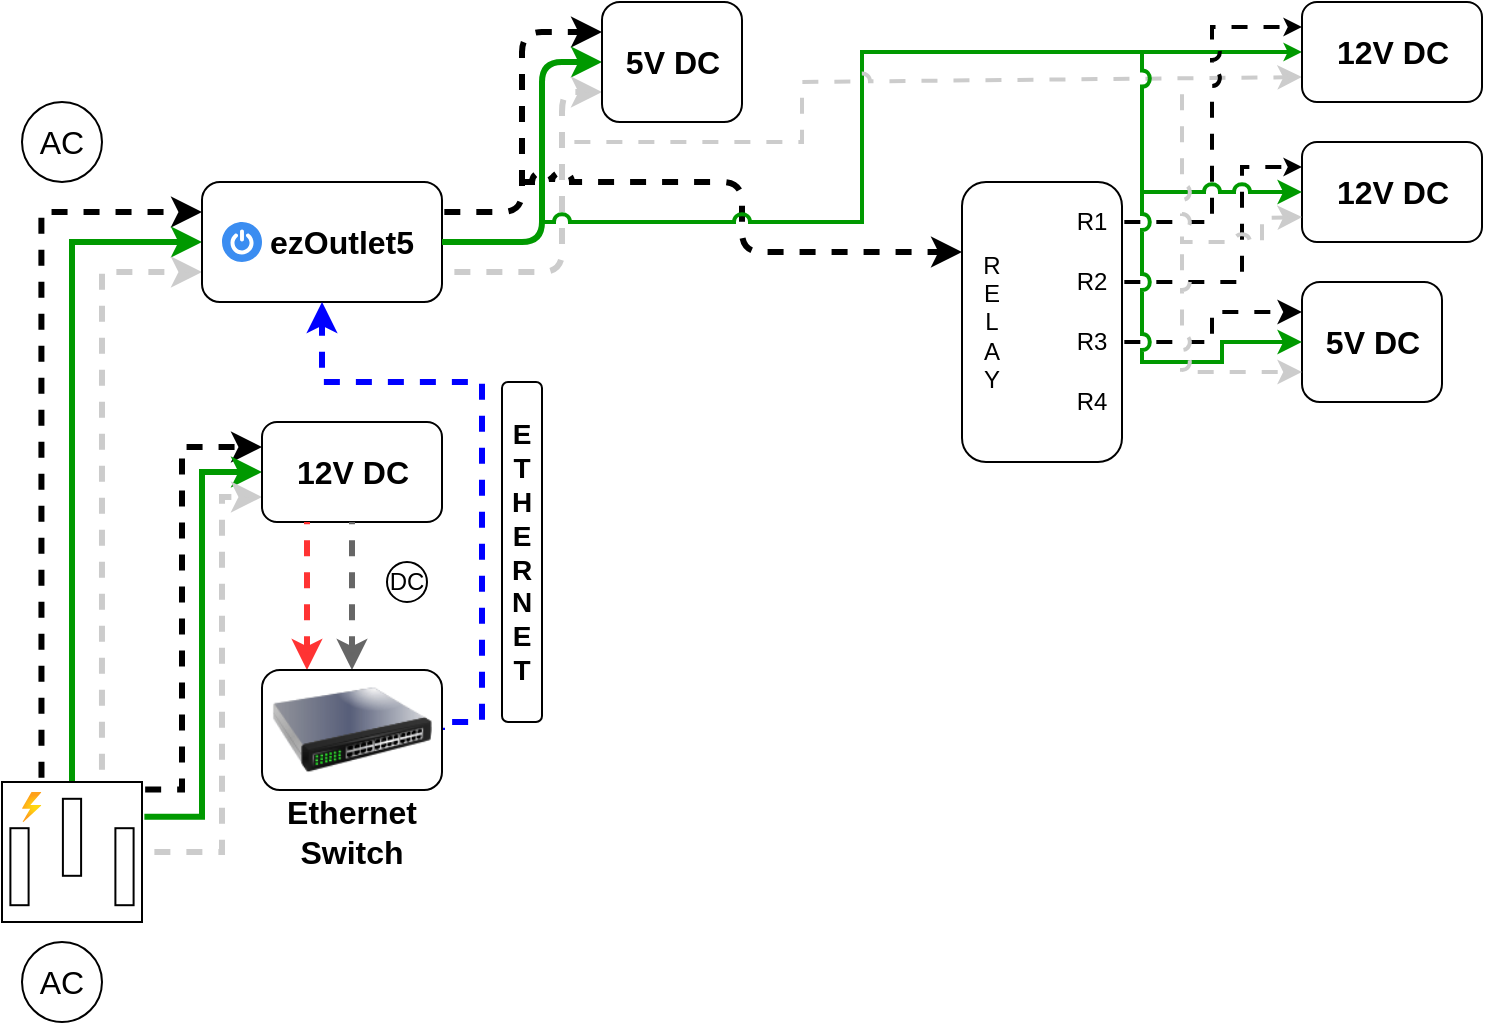
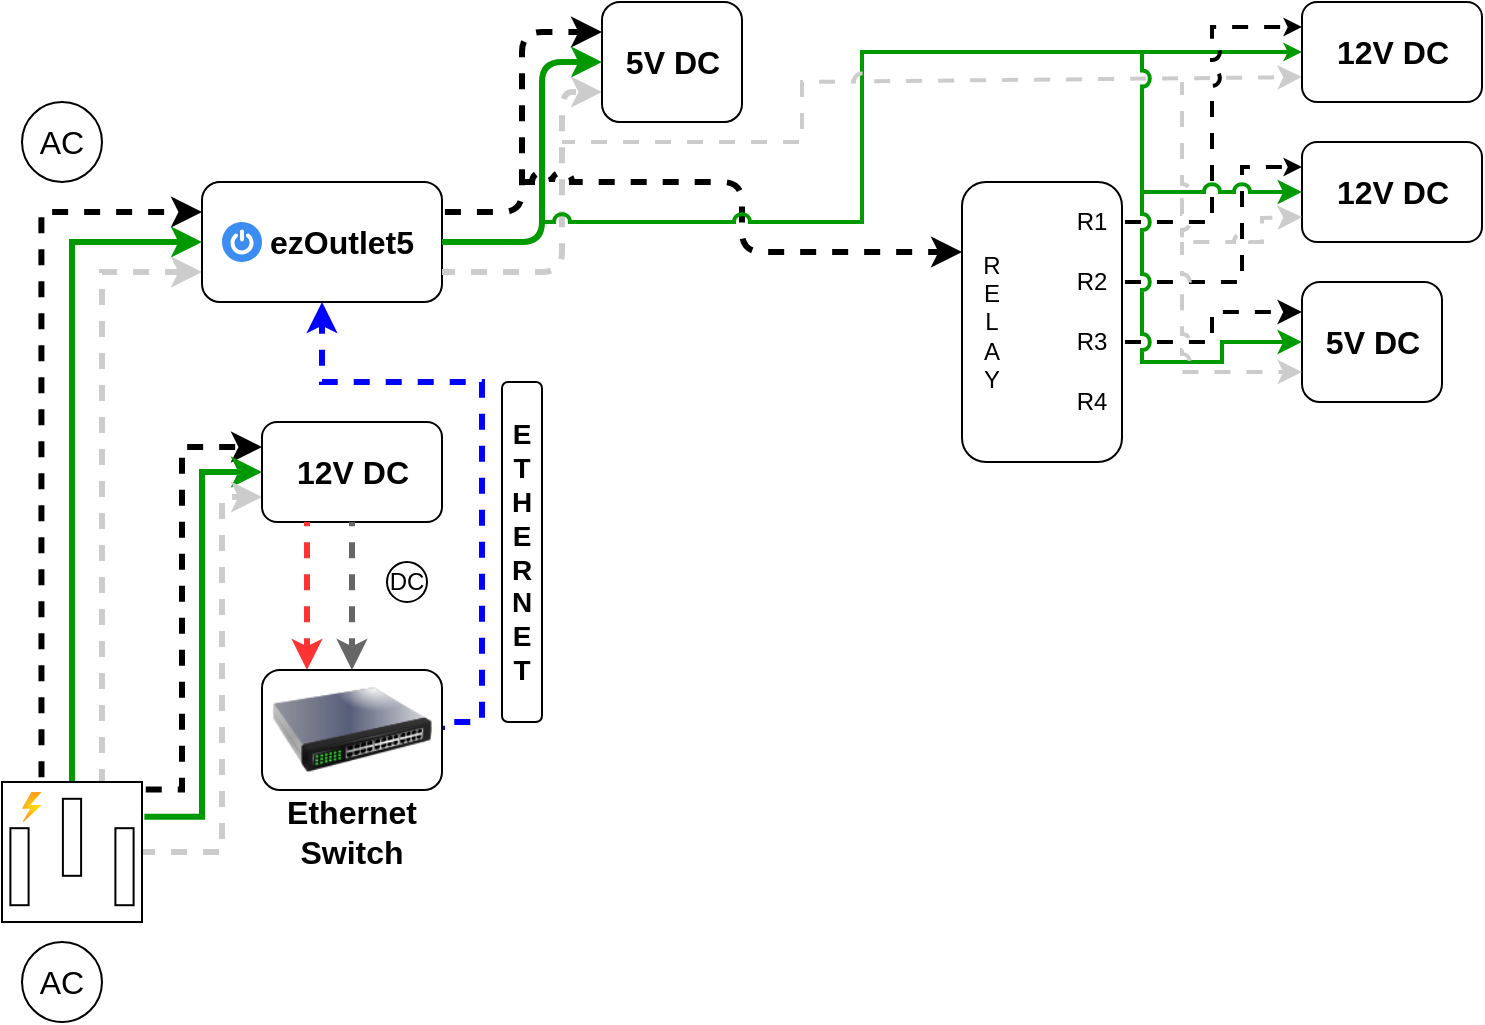
<mxfile host="app.diagrams.net" agent="Mozilla/5.0 (Windows NT 10.0; Win64; x64) AppleWebKit/537.36 (KHTML, like Gecko) Chrome/131.0.0.0 Safari/537.36 Edg/131.0.0.0" version="25.0.3">
  <diagram name="Page-1" id="VlRkN-xOVygPYa-iD9Ir">
    <mxGraphModel dx="420" dy="263" grid="1" gridSize="10" guides="1" tooltips="1" connect="1" arrows="1" fold="1" page="1" pageScale="1" pageWidth="1169" pageHeight="827" background="none" math="0" shadow="0">
      <root>
        <mxCell id="0" />
        <mxCell id="1" parent="0" />
        <mxCell id="JVLtuT8sySUBbFbLTn6r-3" style="edgeStyle=orthogonalEdgeStyle;rounded=0;orthogonalLoop=1;jettySize=auto;html=1;entryX=0;entryY=0.25;entryDx=0;entryDy=0;exitX=0.282;exitY=-0.013;exitDx=0;exitDy=0;exitPerimeter=0;strokeWidth=3;flowAnimation=1;flowAnimationDirection=alternate;flowAnimationTimingFunction=ease-in-out;flowAnimationDuration=1500;" edge="1" parent="1" source="pD8juBFKP1GN8B8eYQTb-1" target="pD8juBFKP1GN8B8eYQTb-3">
          <mxGeometry relative="1" as="geometry" />
        </mxCell>
        <mxCell id="JVLtuT8sySUBbFbLTn6r-4" style="edgeStyle=orthogonalEdgeStyle;rounded=0;orthogonalLoop=1;jettySize=auto;html=1;exitX=0.5;exitY=0;exitDx=0;exitDy=0;exitPerimeter=0;entryX=0;entryY=0.5;entryDx=0;entryDy=0;strokeColor=#009900;strokeWidth=3;" edge="1" parent="1" source="pD8juBFKP1GN8B8eYQTb-1" target="pD8juBFKP1GN8B8eYQTb-3">
          <mxGeometry relative="1" as="geometry" />
        </mxCell>
-         <mxCell id="JVLtuT8sySUBbFbLTn6r-5" style="edgeStyle=orthogonalEdgeStyle;rounded=0;orthogonalLoop=1;jettySize=auto;html=1;entryX=0;entryY=0.75;entryDx=0;entryDy=0;exitX=0.714;exitY=0;exitDx=0;exitDy=0;exitPerimeter=0;strokeWidth=3;strokeColor=#CCCCCC;flowAnimation=1;flowAnimationDirection=alternate-reverse;flowAnimationTimingFunction=ease-in-out;" edge="1" parent="1" source="pD8juBFKP1GN8B8eYQTb-1" target="pD8juBFKP1GN8B8eYQTb-3">
+         <mxCell id="JVLtuT8sySUBbFbLTn6r-5" style="edgeStyle=orthogonalEdgeStyle;rounded=0;orthogonalLoop=1;jettySize=auto;html=1;entryX=0;entryY=0.75;entryDx=0;entryDy=0;exitX=0.714;exitY=0;exitDx=0;exitDy=0;exitPerimeter=0;strokeWidth=3;strokeColor=#CCCCCC;flowAnimation=1;flowAnimationDirection=alternate-reverse;flowAnimationTimingFunction=ease-in-out;flowAnimationDuration=1500;" edge="1" parent="1" source="pD8juBFKP1GN8B8eYQTb-1" target="pD8juBFKP1GN8B8eYQTb-3">
          <mxGeometry relative="1" as="geometry">
            <mxPoint x="120" y="320" as="targetPoint" />
          </mxGeometry>
        </mxCell>
        <mxCell id="JVLtuT8sySUBbFbLTn6r-6" style="edgeStyle=orthogonalEdgeStyle;rounded=0;orthogonalLoop=1;jettySize=auto;html=1;entryX=0;entryY=0.25;entryDx=0;entryDy=0;exitX=1.006;exitY=0.054;exitDx=0;exitDy=0;exitPerimeter=0;strokeWidth=3;flowAnimation=1;flowAnimationDirection=alternate;flowAnimationTimingFunction=ease-in-out;flowAnimationDuration=1500;" edge="1" parent="1" source="pD8juBFKP1GN8B8eYQTb-1" target="pD8juBFKP1GN8B8eYQTb-24">
          <mxGeometry relative="1" as="geometry">
            <Array as="points">
              <mxPoint x="120" y="404" />
              <mxPoint x="120" y="233" />
            </Array>
          </mxGeometry>
        </mxCell>
        <mxCell id="JVLtuT8sySUBbFbLTn6r-7" style="edgeStyle=orthogonalEdgeStyle;rounded=0;orthogonalLoop=1;jettySize=auto;html=1;entryX=0;entryY=0.5;entryDx=0;entryDy=0;exitX=1.017;exitY=0.249;exitDx=0;exitDy=0;exitPerimeter=0;strokeWidth=3;strokeColor=#009900;" edge="1" parent="1" source="pD8juBFKP1GN8B8eYQTb-1" target="pD8juBFKP1GN8B8eYQTb-24">
          <mxGeometry relative="1" as="geometry" />
        </mxCell>
-         <mxCell id="JVLtuT8sySUBbFbLTn6r-8" style="edgeStyle=orthogonalEdgeStyle;rounded=0;orthogonalLoop=1;jettySize=auto;html=1;entryX=0;entryY=0.75;entryDx=0;entryDy=0;strokeColor=#CCCCCC;strokeWidth=3;flowAnimation=1;flowAnimationDirection=alternate-reverse;flowAnimationTimingFunction=ease-in-out;" edge="1" parent="1" source="pD8juBFKP1GN8B8eYQTb-1" target="pD8juBFKP1GN8B8eYQTb-24">
+         <mxCell id="JVLtuT8sySUBbFbLTn6r-8" style="edgeStyle=orthogonalEdgeStyle;rounded=0;orthogonalLoop=1;jettySize=auto;html=1;entryX=0;entryY=0.75;entryDx=0;entryDy=0;strokeColor=#CCCCCC;strokeWidth=3;flowAnimation=1;flowAnimationDirection=alternate-reverse;flowAnimationTimingFunction=ease-in-out;flowAnimationDuration=1500;" edge="1" parent="1" source="pD8juBFKP1GN8B8eYQTb-1" target="pD8juBFKP1GN8B8eYQTb-24">
          <mxGeometry relative="1" as="geometry">
            <Array as="points">
              <mxPoint x="140" y="435" />
              <mxPoint x="140" y="258" />
            </Array>
          </mxGeometry>
        </mxCell>
        <mxCell id="JVLtuT8sySUBbFbLTn6r-1" value="" style="group" vertex="1" connectable="0" parent="1">
          <mxGeometry x="30" y="480" width="60" height="40" as="geometry" />
        </mxCell>
        <mxCell id="pD8juBFKP1GN8B8eYQTb-22" value="AC" style="text;html=1;align=center;verticalAlign=middle;whiteSpace=wrap;rounded=0;fontSize=16;" parent="JVLtuT8sySUBbFbLTn6r-1" vertex="1">
          <mxGeometry y="5" width="60" height="30" as="geometry" />
        </mxCell>
        <mxCell id="pD8juBFKP1GN8B8eYQTb-23" value="" style="ellipse;whiteSpace=wrap;html=1;fillColor=none;" parent="JVLtuT8sySUBbFbLTn6r-1" vertex="1">
          <mxGeometry x="10" width="40" height="40" as="geometry" />
        </mxCell>
        <mxCell id="JVLtuT8sySUBbFbLTn6r-2" value="" style="group" vertex="1" connectable="0" parent="1">
          <mxGeometry x="30" y="60" width="60" height="40" as="geometry" />
        </mxCell>
        <mxCell id="pD8juBFKP1GN8B8eYQTb-9" value="" style="ellipse;whiteSpace=wrap;html=1;fillColor=none;" parent="JVLtuT8sySUBbFbLTn6r-2" vertex="1">
          <mxGeometry x="10" width="40" height="40" as="geometry" />
        </mxCell>
        <mxCell id="pD8juBFKP1GN8B8eYQTb-11" value="AC" style="text;html=1;align=center;verticalAlign=middle;whiteSpace=wrap;rounded=0;fontSize=16;" parent="JVLtuT8sySUBbFbLTn6r-2" vertex="1">
          <mxGeometry y="5" width="60" height="30" as="geometry" />
        </mxCell>
        <mxCell id="JVLtuT8sySUBbFbLTn6r-9" value="" style="group" vertex="1" connectable="0" parent="1">
          <mxGeometry x="130" y="100" width="120" height="60" as="geometry" />
        </mxCell>
        <mxCell id="JVLtuT8sySUBbFbLTn6r-16" value="" style="group" vertex="1" connectable="0" parent="JVLtuT8sySUBbFbLTn6r-9">
          <mxGeometry width="120" height="60" as="geometry" />
        </mxCell>
        <mxCell id="pD8juBFKP1GN8B8eYQTb-3" value="" style="rounded=1;whiteSpace=wrap;html=1;" parent="JVLtuT8sySUBbFbLTn6r-16" vertex="1">
          <mxGeometry width="120" height="60" as="geometry" />
        </mxCell>
        <mxCell id="JVLtuT8sySUBbFbLTn6r-13" value="" style="sketch=0;html=1;aspect=fixed;strokeColor=none;shadow=0;fillColor=#3B8DF1;verticalAlign=top;labelPosition=center;verticalLabelPosition=bottom;shape=mxgraph.gcp2.a7_power" vertex="1" parent="JVLtuT8sySUBbFbLTn6r-16">
          <mxGeometry x="10" y="20" width="20" height="20" as="geometry" />
        </mxCell>
        <mxCell id="pD8juBFKP1GN8B8eYQTb-15" value="&lt;b&gt;ezOutlet5&lt;/b&gt;" style="text;html=1;align=center;verticalAlign=middle;whiteSpace=wrap;rounded=0;fontSize=16;" parent="JVLtuT8sySUBbFbLTn6r-16" vertex="1">
          <mxGeometry x="40" y="10" width="60" height="40" as="geometry" />
        </mxCell>
        <mxCell id="JVLtuT8sySUBbFbLTn6r-11" value="" style="group" vertex="1" connectable="0" parent="1">
          <mxGeometry x="160" y="220" width="90" height="50" as="geometry" />
        </mxCell>
        <mxCell id="JVLtuT8sySUBbFbLTn6r-72" value="" style="group" vertex="1" connectable="0" parent="JVLtuT8sySUBbFbLTn6r-11">
          <mxGeometry width="90" height="50" as="geometry" />
        </mxCell>
        <mxCell id="pD8juBFKP1GN8B8eYQTb-24" value="" style="rounded=1;whiteSpace=wrap;html=1;" parent="JVLtuT8sySUBbFbLTn6r-72" vertex="1">
          <mxGeometry width="90" height="50" as="geometry" />
        </mxCell>
        <mxCell id="JVLtuT8sySUBbFbLTn6r-10" value="&lt;font style=&quot;font-size: 16px;&quot;&gt;&lt;b&gt;12V DC&lt;/b&gt;&lt;/font&gt;" style="text;html=1;align=center;verticalAlign=middle;whiteSpace=wrap;rounded=0;" vertex="1" parent="JVLtuT8sySUBbFbLTn6r-72">
          <mxGeometry x="15.75" y="10" width="58.5" height="30" as="geometry" />
        </mxCell>
        <mxCell id="JVLtuT8sySUBbFbLTn6r-18" value="" style="group" vertex="1" connectable="0" parent="1">
          <mxGeometry x="30" y="400" width="70" height="70" as="geometry" />
        </mxCell>
        <mxCell id="pD8juBFKP1GN8B8eYQTb-1" value="" style="pointerEvents=1;verticalLabelPosition=bottom;shadow=0;dashed=0;align=center;html=1;verticalAlign=top;shape=mxgraph.electrical.miscellaneous.ac_out" parent="JVLtuT8sySUBbFbLTn6r-18" vertex="1">
          <mxGeometry width="70" height="70" as="geometry" />
        </mxCell>
        <mxCell id="JVLtuT8sySUBbFbLTn6r-12" value="" style="image;aspect=fixed;html=1;points=[];align=center;fontSize=12;image=img/lib/azure2/general/Power.svg;" vertex="1" parent="JVLtuT8sySUBbFbLTn6r-18">
          <mxGeometry x="10" y="5" width="9.72" height="15" as="geometry" />
        </mxCell>
        <mxCell id="JVLtuT8sySUBbFbLTn6r-23" style="edgeStyle=orthogonalEdgeStyle;rounded=0;orthogonalLoop=1;jettySize=auto;html=1;entryX=0.25;entryY=0;entryDx=0;entryDy=0;exitX=0.25;exitY=1;exitDx=0;exitDy=0;strokeColor=#FF3333;strokeWidth=3;flowAnimation=1;" edge="1" parent="1" source="pD8juBFKP1GN8B8eYQTb-24" target="JVLtuT8sySUBbFbLTn6r-19">
          <mxGeometry relative="1" as="geometry" />
        </mxCell>
        <mxCell id="JVLtuT8sySUBbFbLTn6r-28" value="" style="group" vertex="1" connectable="0" parent="1">
          <mxGeometry x="220" y="290" width="25" height="20" as="geometry" />
        </mxCell>
        <mxCell id="JVLtuT8sySUBbFbLTn6r-26" value="" style="ellipse;whiteSpace=wrap;html=1;aspect=fixed;" vertex="1" parent="JVLtuT8sySUBbFbLTn6r-28">
          <mxGeometry x="2.5" width="20" height="20" as="geometry" />
        </mxCell>
        <mxCell id="JVLtuT8sySUBbFbLTn6r-27" value="&lt;font&gt;DC&lt;/font&gt;" style="text;html=1;align=center;verticalAlign=middle;whiteSpace=wrap;rounded=0;" vertex="1" parent="JVLtuT8sySUBbFbLTn6r-28">
          <mxGeometry y="2.5" width="25" height="15" as="geometry" />
        </mxCell>
        <mxCell id="JVLtuT8sySUBbFbLTn6r-29" style="edgeStyle=orthogonalEdgeStyle;rounded=0;orthogonalLoop=1;jettySize=auto;html=1;exitX=0.5;exitY=1;exitDx=0;exitDy=0;entryX=0.5;entryY=0;entryDx=0;entryDy=0;strokeWidth=3;flowAnimation=1;strokeColor=#666666;" edge="1" parent="1" source="pD8juBFKP1GN8B8eYQTb-24" target="JVLtuT8sySUBbFbLTn6r-19">
          <mxGeometry relative="1" as="geometry" />
        </mxCell>
        <mxCell id="JVLtuT8sySUBbFbLTn6r-30" style="edgeStyle=orthogonalEdgeStyle;rounded=0;orthogonalLoop=1;jettySize=auto;html=1;exitX=1;exitY=0.5;exitDx=0;exitDy=0;entryX=0.5;entryY=1;entryDx=0;entryDy=0;strokeColor=#0000FF;strokeWidth=3;flowAnimation=1;" edge="1" parent="1" source="JVLtuT8sySUBbFbLTn6r-19" target="pD8juBFKP1GN8B8eYQTb-3">
          <mxGeometry relative="1" as="geometry">
            <Array as="points">
              <mxPoint x="270" y="370" />
              <mxPoint x="270" y="200" />
              <mxPoint x="190" y="200" />
            </Array>
          </mxGeometry>
        </mxCell>
        <mxCell id="JVLtuT8sySUBbFbLTn6r-31" value="" style="rounded=1;whiteSpace=wrap;html=1;" vertex="1" parent="1">
          <mxGeometry x="280" y="200" width="20" height="170" as="geometry" />
        </mxCell>
        <mxCell id="JVLtuT8sySUBbFbLTn6r-32" value="&lt;b&gt;&lt;font style=&quot;font-size: 14px;&quot;&gt;E&lt;/font&gt;&lt;/b&gt;&lt;div&gt;&lt;b&gt;&lt;font style=&quot;font-size: 14px;&quot;&gt;T&lt;/font&gt;&lt;/b&gt;&lt;/div&gt;&lt;div&gt;&lt;b&gt;&lt;font style=&quot;font-size: 14px;&quot;&gt;H&lt;/font&gt;&lt;/b&gt;&lt;/div&gt;&lt;div&gt;&lt;b&gt;&lt;font style=&quot;font-size: 14px;&quot;&gt;E&lt;/font&gt;&lt;/b&gt;&lt;/div&gt;&lt;div&gt;&lt;b&gt;&lt;font style=&quot;font-size: 14px;&quot;&gt;R&lt;/font&gt;&lt;/b&gt;&lt;/div&gt;&lt;div&gt;&lt;b&gt;&lt;font style=&quot;font-size: 14px;&quot;&gt;N&lt;/font&gt;&lt;/b&gt;&lt;/div&gt;&lt;div&gt;&lt;b&gt;&lt;font style=&quot;font-size: 14px;&quot;&gt;E&lt;/font&gt;&lt;/b&gt;&lt;/div&gt;&lt;div&gt;&lt;b&gt;&lt;font style=&quot;font-size: 14px;&quot;&gt;T&lt;/font&gt;&lt;/b&gt;&lt;/div&gt;" style="text;html=1;align=center;verticalAlign=middle;whiteSpace=wrap;rounded=0;" vertex="1" parent="1">
          <mxGeometry x="275" y="180" width="30" height="210" as="geometry" />
        </mxCell>
        <mxCell id="JVLtuT8sySUBbFbLTn6r-33" value="" style="rounded=1;whiteSpace=wrap;html=1;" vertex="1" parent="1">
          <mxGeometry x="510" y="100" width="80" height="140" as="geometry" />
        </mxCell>
        <mxCell id="JVLtuT8sySUBbFbLTn6r-35" style="edgeStyle=orthogonalEdgeStyle;rounded=1;orthogonalLoop=1;jettySize=auto;html=1;exitX=1;exitY=0.25;exitDx=0;exitDy=0;entryX=0;entryY=0.25;entryDx=0;entryDy=0;curved=0;strokeWidth=3;flowAnimation=1;flowAnimationDirection=alternate;flowAnimationTimingFunction=ease-in-out;flowAnimationDuration=1500;" edge="1" parent="1" source="pD8juBFKP1GN8B8eYQTb-3" target="JVLtuT8sySUBbFbLTn6r-34">
          <mxGeometry relative="1" as="geometry" />
        </mxCell>
        <mxCell id="JVLtuT8sySUBbFbLTn6r-36" style="edgeStyle=orthogonalEdgeStyle;rounded=1;orthogonalLoop=1;jettySize=auto;html=1;exitX=1;exitY=0.5;exitDx=0;exitDy=0;entryX=0;entryY=0.5;entryDx=0;entryDy=0;curved=0;strokeWidth=3;strokeColor=#009900;" edge="1" parent="1" source="pD8juBFKP1GN8B8eYQTb-3" target="JVLtuT8sySUBbFbLTn6r-34">
          <mxGeometry relative="1" as="geometry">
            <Array as="points">
              <mxPoint x="300" y="130" />
              <mxPoint x="300" y="40" />
            </Array>
          </mxGeometry>
        </mxCell>
-         <mxCell id="JVLtuT8sySUBbFbLTn6r-37" style="edgeStyle=orthogonalEdgeStyle;rounded=1;orthogonalLoop=1;jettySize=auto;html=1;exitX=1;exitY=0.75;exitDx=0;exitDy=0;entryX=0;entryY=0.75;entryDx=0;entryDy=0;curved=0;strokeColor=#CCCCCC;strokeWidth=3;flowAnimation=1;flowAnimationDirection=alternate-reverse;flowAnimationTimingFunction=ease-in-out;" edge="1" parent="1" source="pD8juBFKP1GN8B8eYQTb-3" target="JVLtuT8sySUBbFbLTn6r-34">
+         <mxCell id="JVLtuT8sySUBbFbLTn6r-37" style="edgeStyle=orthogonalEdgeStyle;rounded=1;orthogonalLoop=1;jettySize=auto;html=1;exitX=1;exitY=0.75;exitDx=0;exitDy=0;entryX=0;entryY=0.75;entryDx=0;entryDy=0;curved=0;strokeColor=#CCCCCC;strokeWidth=3;flowAnimation=1;flowAnimationDirection=alternate-reverse;flowAnimationTimingFunction=ease-in-out;flowAnimationDuration=1500;" edge="1" parent="1" source="pD8juBFKP1GN8B8eYQTb-3" target="JVLtuT8sySUBbFbLTn6r-34">
          <mxGeometry relative="1" as="geometry">
            <Array as="points">
              <mxPoint x="310" y="145" />
              <mxPoint x="310" y="55" />
            </Array>
          </mxGeometry>
        </mxCell>
        <mxCell id="JVLtuT8sySUBbFbLTn6r-40" value="" style="endArrow=classic;html=1;rounded=1;curved=0;entryX=0;entryY=0.25;entryDx=0;entryDy=0;jumpStyle=arc;strokeWidth=3;flowAnimation=1;flowAnimationDirection=alternate;flowAnimationTimingFunction=ease-in-out;flowAnimationDuration=1500;" edge="1" parent="1" target="JVLtuT8sySUBbFbLTn6r-33">
          <mxGeometry width="50" height="50" relative="1" as="geometry">
            <mxPoint x="290" y="100" as="sourcePoint" />
            <mxPoint x="410" y="170" as="targetPoint" />
            <Array as="points">
              <mxPoint x="400" y="100" />
              <mxPoint x="400" y="135" />
            </Array>
          </mxGeometry>
        </mxCell>
        <mxCell id="JVLtuT8sySUBbFbLTn6r-51" value="" style="group" vertex="1" connectable="0" parent="1">
          <mxGeometry x="160" y="344" width="90" height="96" as="geometry" />
        </mxCell>
        <mxCell id="JVLtuT8sySUBbFbLTn6r-21" value="" style="group" vertex="1" connectable="0" parent="JVLtuT8sySUBbFbLTn6r-51">
          <mxGeometry width="90" height="70" as="geometry" />
        </mxCell>
        <mxCell id="JVLtuT8sySUBbFbLTn6r-50" value="" style="group" vertex="1" connectable="0" parent="JVLtuT8sySUBbFbLTn6r-21">
          <mxGeometry width="90" height="70" as="geometry" />
        </mxCell>
        <mxCell id="JVLtuT8sySUBbFbLTn6r-19" value="" style="rounded=1;whiteSpace=wrap;html=1;" vertex="1" parent="JVLtuT8sySUBbFbLTn6r-50">
          <mxGeometry width="90" height="60" as="geometry" />
        </mxCell>
        <mxCell id="JVLtuT8sySUBbFbLTn6r-49" value="" style="image;html=1;image=img/lib/clip_art/networking/Switch_128x128.png" vertex="1" parent="JVLtuT8sySUBbFbLTn6r-50">
          <mxGeometry x="5" y="-10" width="80" height="80" as="geometry" />
        </mxCell>
        <mxCell id="JVLtuT8sySUBbFbLTn6r-20" value="&lt;b&gt;&lt;font style=&quot;font-size: 16px;&quot;&gt;Ethernet&lt;/font&gt;&lt;/b&gt;&lt;div&gt;&lt;b&gt;&lt;font style=&quot;font-size: 16px;&quot;&gt;Switch&lt;/font&gt;&lt;/b&gt;&lt;/div&gt;" style="text;html=1;align=center;verticalAlign=middle;whiteSpace=wrap;rounded=0;" vertex="1" parent="JVLtuT8sySUBbFbLTn6r-51">
          <mxGeometry x="15" y="66" width="60" height="30" as="geometry" />
        </mxCell>
        <mxCell id="JVLtuT8sySUBbFbLTn6r-53" value="" style="group" vertex="1" connectable="0" parent="1">
          <mxGeometry x="330" y="10" width="70" height="60" as="geometry" />
        </mxCell>
        <mxCell id="JVLtuT8sySUBbFbLTn6r-71" value="" style="group" vertex="1" connectable="0" parent="JVLtuT8sySUBbFbLTn6r-53">
          <mxGeometry width="70" height="60" as="geometry" />
        </mxCell>
        <mxCell id="JVLtuT8sySUBbFbLTn6r-34" value="" style="rounded=1;whiteSpace=wrap;html=1;" vertex="1" parent="JVLtuT8sySUBbFbLTn6r-71">
          <mxGeometry width="70" height="60" as="geometry" />
        </mxCell>
        <mxCell id="JVLtuT8sySUBbFbLTn6r-52" value="&lt;font style=&quot;font-size: 16px;&quot;&gt;&lt;b&gt;5&lt;/b&gt;&lt;/font&gt;&lt;b style=&quot;font-size: 16px; background-color: initial;&quot;&gt;V DC&lt;/b&gt;" style="text;html=1;align=center;verticalAlign=middle;whiteSpace=wrap;rounded=0;" vertex="1" parent="JVLtuT8sySUBbFbLTn6r-71">
          <mxGeometry x="5.75" y="15" width="58.5" height="30" as="geometry" />
        </mxCell>
        <mxCell id="JVLtuT8sySUBbFbLTn6r-54" value="" style="endArrow=classic;html=1;rounded=0;entryX=0;entryY=0.5;entryDx=0;entryDy=0;jumpStyle=arc;strokeColor=#009900;strokeWidth=2;endSize=3;" edge="1" parent="1" target="JVLtuT8sySUBbFbLTn6r-74">
          <mxGeometry width="50" height="50" relative="1" as="geometry">
            <mxPoint x="300" y="120" as="sourcePoint" />
            <mxPoint x="350" y="80" as="targetPoint" />
            <Array as="points">
              <mxPoint x="460" y="120" />
              <mxPoint x="460" y="35" />
            </Array>
          </mxGeometry>
        </mxCell>
-         <mxCell id="JVLtuT8sySUBbFbLTn6r-55" value="" style="endArrow=classic;html=1;rounded=0;entryX=0;entryY=0.75;entryDx=0;entryDy=0;strokeColor=#CCCCCC;strokeWidth=2;jumpStyle=arc;flowAnimation=1;flowAnimationDirection=alternate-reverse;flowAnimationTimingFunction=ease-in-out;" edge="1" parent="1" target="JVLtuT8sySUBbFbLTn6r-74">
+         <mxCell id="JVLtuT8sySUBbFbLTn6r-55" value="" style="endArrow=classic;html=1;rounded=0;entryX=0;entryY=0.75;entryDx=0;entryDy=0;strokeColor=#CCCCCC;strokeWidth=2;jumpStyle=arc;flowAnimation=1;flowAnimationDirection=alternate-reverse;flowAnimationTimingFunction=ease-in-out;flowAnimationDuration=1500;" edge="1" parent="1" target="JVLtuT8sySUBbFbLTn6r-74">
          <mxGeometry width="50" height="50" relative="1" as="geometry">
            <mxPoint x="310" y="80" as="sourcePoint" />
            <mxPoint x="350" y="140" as="targetPoint" />
            <Array as="points">
              <mxPoint x="430" y="80" />
              <mxPoint x="430" y="50" />
              <mxPoint x="520" y="50" />
            </Array>
          </mxGeometry>
        </mxCell>
        <mxCell id="JVLtuT8sySUBbFbLTn6r-56" value="R&lt;div&gt;E&lt;/div&gt;&lt;div&gt;L&lt;/div&gt;&lt;div&gt;A&lt;/div&gt;&lt;div&gt;Y&lt;/div&gt;" style="text;html=1;align=center;verticalAlign=middle;whiteSpace=wrap;rounded=0;" vertex="1" parent="1">
          <mxGeometry x="510" y="135" width="30" height="70" as="geometry" />
        </mxCell>
        <mxCell id="JVLtuT8sySUBbFbLTn6r-79" style="edgeStyle=orthogonalEdgeStyle;rounded=0;orthogonalLoop=1;jettySize=auto;html=1;exitX=1;exitY=0.5;exitDx=0;exitDy=0;entryX=0;entryY=0.25;entryDx=0;entryDy=0;strokeWidth=2;flowAnimation=1;flowAnimationDirection=alternate;flowAnimationTimingFunction=ease-in-out;flowAnimationDuration=1500;jumpStyle=arc;endSize=3;" edge="1" parent="1" source="JVLtuT8sySUBbFbLTn6r-57" target="JVLtuT8sySUBbFbLTn6r-74">
          <mxGeometry relative="1" as="geometry" />
        </mxCell>
        <mxCell id="JVLtuT8sySUBbFbLTn6r-57" value="R1" style="text;html=1;align=center;verticalAlign=middle;whiteSpace=wrap;rounded=0;" vertex="1" parent="1">
          <mxGeometry x="560" y="105" width="30" height="30" as="geometry" />
        </mxCell>
        <mxCell id="JVLtuT8sySUBbFbLTn6r-80" style="edgeStyle=orthogonalEdgeStyle;rounded=0;orthogonalLoop=1;jettySize=auto;html=1;exitX=1;exitY=0.5;exitDx=0;exitDy=0;entryX=0;entryY=0.25;entryDx=0;entryDy=0;strokeWidth=2;flowAnimation=1;flowAnimationDirection=alternate;flowAnimationTimingFunction=ease-in-out;flowAnimationDuration=1500;endSize=3;jumpStyle=arc;" edge="1" parent="1" source="JVLtuT8sySUBbFbLTn6r-58" target="JVLtuT8sySUBbFbLTn6r-77">
          <mxGeometry relative="1" as="geometry">
            <Array as="points">
              <mxPoint x="650" y="150" />
              <mxPoint x="650" y="93" />
            </Array>
          </mxGeometry>
        </mxCell>
        <mxCell id="JVLtuT8sySUBbFbLTn6r-58" value="R2" style="text;html=1;align=center;verticalAlign=middle;whiteSpace=wrap;rounded=0;" vertex="1" parent="1">
          <mxGeometry x="560" y="135" width="30" height="30" as="geometry" />
        </mxCell>
        <mxCell id="JVLtuT8sySUBbFbLTn6r-81" style="edgeStyle=orthogonalEdgeStyle;rounded=0;orthogonalLoop=1;jettySize=auto;html=1;exitX=1;exitY=0.5;exitDx=0;exitDy=0;entryX=0;entryY=0.25;entryDx=0;entryDy=0;strokeWidth=2;flowAnimation=1;flowAnimationDirection=alternate;flowAnimationTimingFunction=ease-in-out;flowAnimationDuration=1500;jumpStyle=arc;" edge="1" parent="1" source="JVLtuT8sySUBbFbLTn6r-59" target="JVLtuT8sySUBbFbLTn6r-63">
          <mxGeometry relative="1" as="geometry" />
        </mxCell>
        <mxCell id="JVLtuT8sySUBbFbLTn6r-59" value="R3" style="text;html=1;align=center;verticalAlign=middle;whiteSpace=wrap;rounded=0;" vertex="1" parent="1">
          <mxGeometry x="560" y="165" width="30" height="30" as="geometry" />
        </mxCell>
        <mxCell id="JVLtuT8sySUBbFbLTn6r-60" value="R4" style="text;html=1;align=center;verticalAlign=middle;whiteSpace=wrap;rounded=0;" vertex="1" parent="1">
          <mxGeometry x="560" y="195" width="30" height="30" as="geometry" />
        </mxCell>
        <mxCell id="JVLtuT8sySUBbFbLTn6r-67" value="" style="group" vertex="1" connectable="0" parent="1">
          <mxGeometry x="680" y="150" width="70" height="60" as="geometry" />
        </mxCell>
        <mxCell id="JVLtuT8sySUBbFbLTn6r-63" value="" style="rounded=1;whiteSpace=wrap;html=1;" vertex="1" parent="JVLtuT8sySUBbFbLTn6r-67">
          <mxGeometry width="70" height="60" as="geometry" />
        </mxCell>
        <mxCell id="JVLtuT8sySUBbFbLTn6r-62" value="" style="group" vertex="1" connectable="0" parent="JVLtuT8sySUBbFbLTn6r-67">
          <mxGeometry width="70" height="60" as="geometry" />
        </mxCell>
        <mxCell id="JVLtuT8sySUBbFbLTn6r-64" value="&lt;font style=&quot;font-size: 16px;&quot;&gt;&lt;b&gt;5&lt;/b&gt;&lt;/font&gt;&lt;b style=&quot;font-size: 16px; background-color: initial;&quot;&gt;V DC&lt;/b&gt;" style="text;html=1;align=center;verticalAlign=middle;whiteSpace=wrap;rounded=0;" vertex="1" parent="JVLtuT8sySUBbFbLTn6r-62">
          <mxGeometry x="5.75" y="15" width="58.5" height="30" as="geometry" />
        </mxCell>
        <mxCell id="JVLtuT8sySUBbFbLTn6r-73" value="" style="group" vertex="1" connectable="0" parent="1">
          <mxGeometry x="680" y="10" width="90" height="50" as="geometry" />
        </mxCell>
        <mxCell id="JVLtuT8sySUBbFbLTn6r-74" value="" style="rounded=1;whiteSpace=wrap;html=1;" vertex="1" parent="JVLtuT8sySUBbFbLTn6r-73">
          <mxGeometry width="90" height="50" as="geometry" />
        </mxCell>
        <mxCell id="JVLtuT8sySUBbFbLTn6r-75" value="&lt;font style=&quot;font-size: 16px;&quot;&gt;&lt;b&gt;12V DC&lt;/b&gt;&lt;/font&gt;" style="text;html=1;align=center;verticalAlign=middle;whiteSpace=wrap;rounded=0;" vertex="1" parent="JVLtuT8sySUBbFbLTn6r-73">
          <mxGeometry x="15.75" y="10" width="58.5" height="30" as="geometry" />
        </mxCell>
        <mxCell id="JVLtuT8sySUBbFbLTn6r-76" value="" style="group" vertex="1" connectable="0" parent="1">
          <mxGeometry x="680" y="80" width="90" height="50" as="geometry" />
        </mxCell>
        <mxCell id="JVLtuT8sySUBbFbLTn6r-77" value="" style="rounded=1;whiteSpace=wrap;html=1;" vertex="1" parent="JVLtuT8sySUBbFbLTn6r-76">
          <mxGeometry width="90" height="50" as="geometry" />
        </mxCell>
        <mxCell id="JVLtuT8sySUBbFbLTn6r-78" value="&lt;font style=&quot;font-size: 16px;&quot;&gt;&lt;b&gt;12V DC&lt;/b&gt;&lt;/font&gt;" style="text;html=1;align=center;verticalAlign=middle;whiteSpace=wrap;rounded=0;" vertex="1" parent="JVLtuT8sySUBbFbLTn6r-76">
          <mxGeometry x="15.75" y="10" width="58.5" height="30" as="geometry" />
        </mxCell>
        <mxCell id="JVLtuT8sySUBbFbLTn6r-82" value="" style="endArrow=classic;html=1;rounded=0;entryX=0;entryY=0.5;entryDx=0;entryDy=0;jumpStyle=arc;strokeColor=#009900;strokeWidth=2;" edge="1" parent="1" target="JVLtuT8sySUBbFbLTn6r-77">
          <mxGeometry width="50" height="50" relative="1" as="geometry">
            <mxPoint x="600" y="35" as="sourcePoint" />
            <mxPoint x="660" y="105" as="targetPoint" />
            <Array as="points">
              <mxPoint x="600" y="105" />
            </Array>
          </mxGeometry>
        </mxCell>
-         <mxCell id="JVLtuT8sySUBbFbLTn6r-83" value="" style="endArrow=classic;html=1;rounded=0;entryX=0;entryY=0.75;entryDx=0;entryDy=0;strokeWidth=2;strokeColor=#CCCCCC;flowAnimation=1;flowAnimationTimingFunction=ease-in-out;flowAnimationDirection=alternate-reverse;jumpStyle=arc;" edge="1" parent="1" target="JVLtuT8sySUBbFbLTn6r-77">
+         <mxCell id="JVLtuT8sySUBbFbLTn6r-83" value="" style="endArrow=classic;html=1;rounded=0;entryX=0;entryY=0.75;entryDx=0;entryDy=0;strokeWidth=2;strokeColor=#CCCCCC;flowAnimation=1;flowAnimationTimingFunction=ease-in-out;flowAnimationDirection=alternate-reverse;jumpStyle=arc;flowAnimationDuration=1500;" edge="1" parent="1" target="JVLtuT8sySUBbFbLTn6r-77">
          <mxGeometry width="50" height="50" relative="1" as="geometry">
            <mxPoint x="620" y="50" as="sourcePoint" />
            <mxPoint x="480" y="40" as="targetPoint" />
            <Array as="points">
              <mxPoint x="620" y="130" />
              <mxPoint x="660" y="130" />
              <mxPoint x="660" y="118" />
            </Array>
          </mxGeometry>
        </mxCell>
        <mxCell id="JVLtuT8sySUBbFbLTn6r-88" value="" style="endArrow=classic;html=1;rounded=0;entryX=0;entryY=0.5;entryDx=0;entryDy=0;strokeColor=#009900;strokeWidth=2;jumpStyle=arc;" edge="1" parent="1" target="JVLtuT8sySUBbFbLTn6r-63">
          <mxGeometry width="50" height="50" relative="1" as="geometry">
            <mxPoint x="600" y="100" as="sourcePoint" />
            <mxPoint x="600" y="140" as="targetPoint" />
            <Array as="points">
              <mxPoint x="600" y="190" />
              <mxPoint x="640" y="190" />
              <mxPoint x="640" y="180" />
            </Array>
          </mxGeometry>
        </mxCell>
-         <mxCell id="JVLtuT8sySUBbFbLTn6r-89" value="" style="endArrow=classic;html=1;rounded=0;entryX=0;entryY=0.75;entryDx=0;entryDy=0;strokeWidth=2;strokeColor=#CCCCCC;flowAnimation=1;jumpStyle=arc;flowAnimationTimingFunction=ease-in-out;flowAnimationDirection=alternate-reverse;" edge="1" parent="1" target="JVLtuT8sySUBbFbLTn6r-63">
+         <mxCell id="JVLtuT8sySUBbFbLTn6r-89" value="" style="endArrow=classic;html=1;rounded=0;entryX=0;entryY=0.75;entryDx=0;entryDy=0;strokeWidth=2;strokeColor=#CCCCCC;flowAnimation=1;jumpStyle=arc;flowAnimationTimingFunction=ease-in-out;flowAnimationDirection=alternate-reverse;flowAnimationDuration=1500;" edge="1" parent="1" target="JVLtuT8sySUBbFbLTn6r-63">
          <mxGeometry width="50" height="50" relative="1" as="geometry">
            <mxPoint x="620" y="130" as="sourcePoint" />
            <mxPoint x="600" y="100" as="targetPoint" />
            <Array as="points">
              <mxPoint x="620" y="195" />
            </Array>
          </mxGeometry>
        </mxCell>
      </root>
    </mxGraphModel>
  </diagram>
</mxfile>
